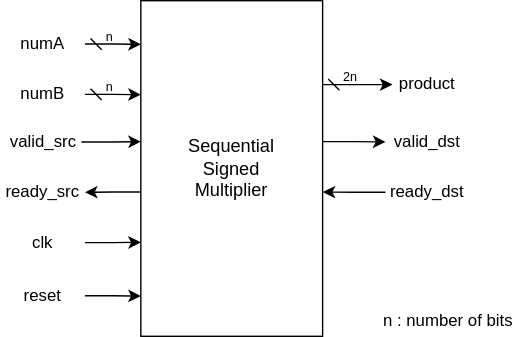
The draw.io diagram Tayyab/SequentialSignedMultiplier/docs/images/top_level_diagram.drawio.svg in medsuet/Xcelerium-IC-Design-Training, before a commit. Source tidied: cells renumbered, new cells last; positions are measured from the earlier drawing's top-left corner, leaving out a move shared by most shapes.
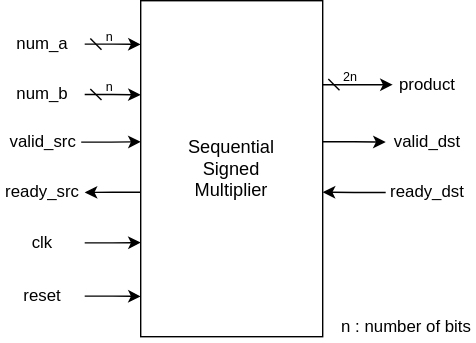
Above is the later version.

What changed in the source:
```diff
@@ -14,10 +14,10 @@
     <mxCell id="5" value="ready_src" style="text;html=1;align=center;verticalAlign=middle;whiteSpace=wrap;rounded=0;" parent="1" vertex="1">
       <mxGeometry y="127" width="60" height="20" as="geometry" />
     </mxCell>
-    <mxCell id="6" value="numA" style="text;html=1;align=center;verticalAlign=middle;whiteSpace=wrap;rounded=0;" parent="1" vertex="1">
+    <mxCell id="6" value="num_a" style="text;html=1;align=center;verticalAlign=middle;whiteSpace=wrap;rounded=0;" parent="1" vertex="1">
       <mxGeometry y="21" width="60" height="20" as="geometry" />
     </mxCell>
-    <mxCell id="7" value="numB" style="text;html=1;align=center;verticalAlign=middle;whiteSpace=wrap;rounded=0;" parent="1" vertex="1">
+    <mxCell id="7" value="num_b" style="text;html=1;align=center;verticalAlign=middle;whiteSpace=wrap;rounded=0;" parent="1" vertex="1">
       <mxGeometry y="57" width="60" height="20" as="geometry" />
     </mxCell>
     <mxCell id="8" value="clk" style="text;html=1;align=center;verticalAlign=middle;whiteSpace=wrap;rounded=0;" parent="1" vertex="1">
@@ -69,7 +69,7 @@
       <mxGeometry x="57.5" y="57" width="40" height="10" as="geometry" />
     </mxCell>
     <mxCell id="24" value="n : number of bits" style="text;html=1;align=center;verticalAlign=middle;whiteSpace=wrap;rounded=0;" parent="1" vertex="1">
-      <mxGeometry x="270" y="217" width="100" height="23" as="geometry" />
+      <mxGeometry x="240" y="221" width="100" height="23" as="geometry" />
     </mxCell>
   </root>
 </mxGraphModel>
```
